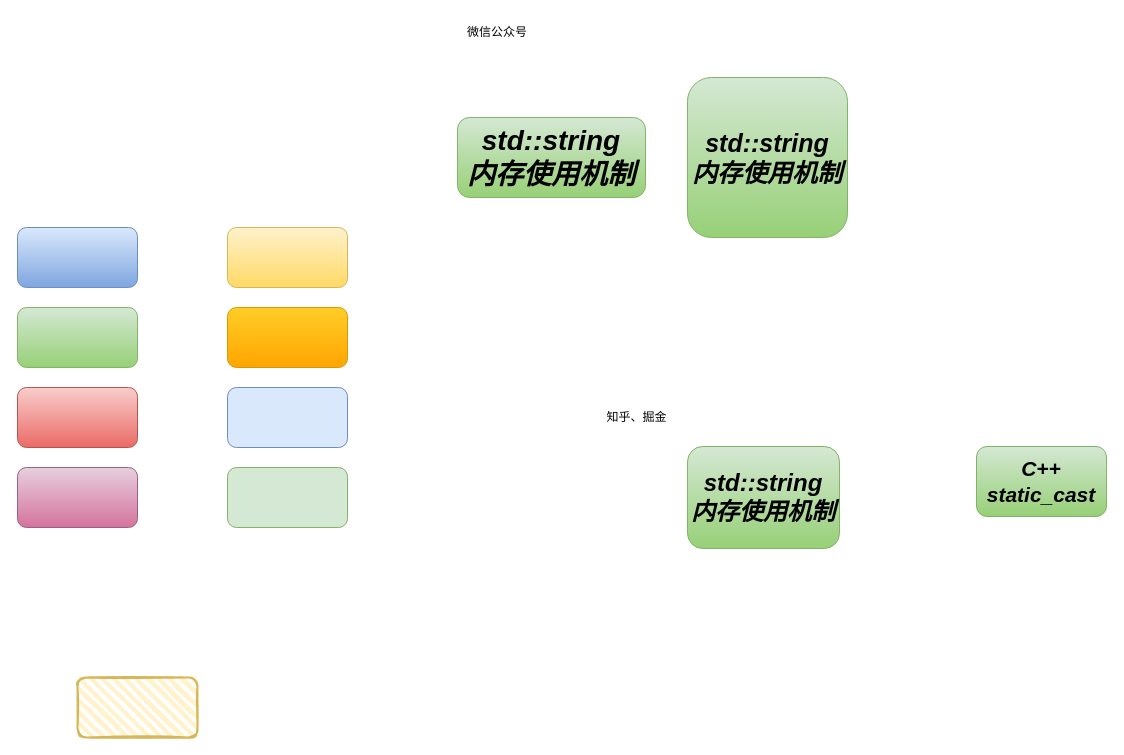
Above: 测试.drawio in wangxiaokun/mypic (draw.io), before the change. Source tidied: cells renumbered, new cells numbered last; positions are measured from the earlier drawing's top-left corner, leaving out a move shared by most shapes. Both pictures are drawn from the tidied source at 100%, with x=0, y=0 at pixel (17, 17).
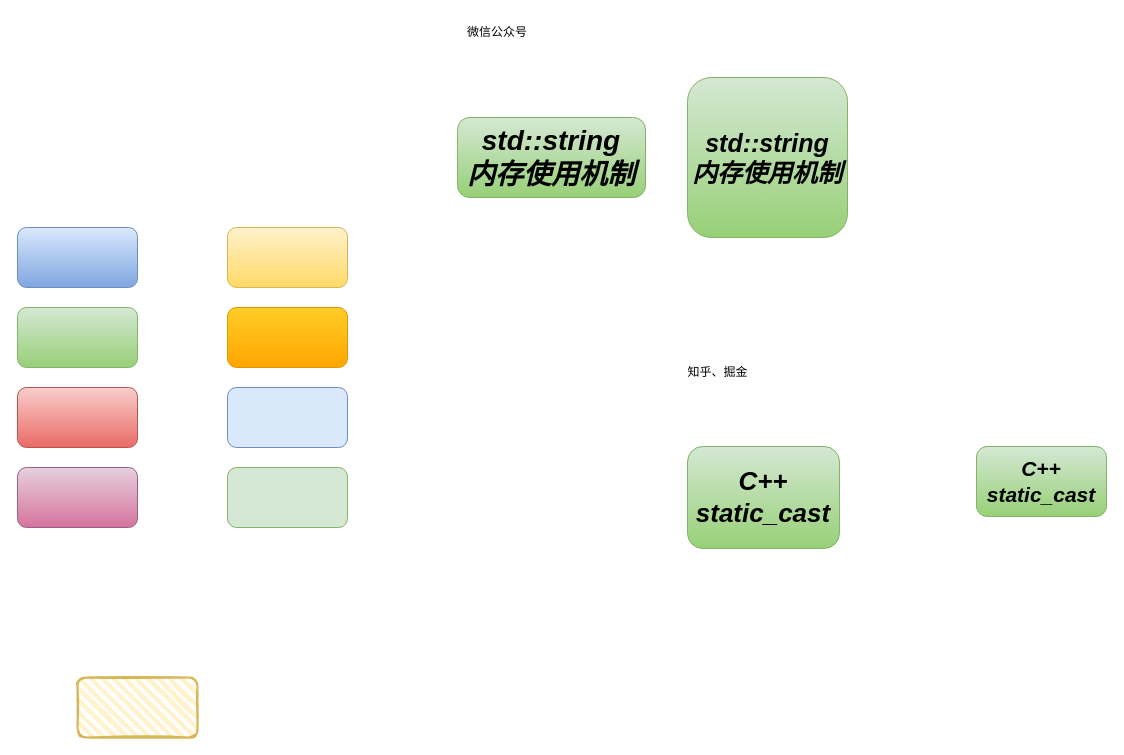
The same page after the edit.

The edit, as a diff of the source:
```diff
@@
 <mxGraphModel>
   <root>
     <mxCell id="0" />
     <mxCell id="1" parent="0" />
     <mxCell id="2" style="rounded=1;whiteSpace=wrap;html=1;fillColor=#dae8fc;gradientColor=#7ea6e0;strokeColor=#6c8ebf;" parent="1" vertex="1">
       <mxGeometry y="210" width="120" height="60" as="geometry" />
     </mxCell>
     <mxCell id="3" style="rounded=1;whiteSpace=wrap;html=1;fillColor=#fff2cc;gradientColor=#ffd966;strokeColor=#d6b656;" parent="1" vertex="1">
       <mxGeometry x="210" y="210" width="120" height="60" as="geometry" />
     </mxCell>
     <mxCell id="4" style="rounded=1;whiteSpace=wrap;html=1;fillColor=#d5e8d4;gradientColor=#97d077;strokeColor=#82b366;" parent="1" vertex="1">
       <mxGeometry y="290" width="120" height="60" as="geometry" />
     </mxCell>
     <mxCell id="5" style="rounded=1;whiteSpace=wrap;html=1;fillColor=#e6d0de;gradientColor=#d5739d;strokeColor=#996185;" parent="1" vertex="1">
       <mxGeometry y="450" width="120" height="60" as="geometry" />
     </mxCell>
     <mxCell id="6" style="rounded=1;whiteSpace=wrap;html=1;fillColor=#f8cecc;gradientColor=#ea6b66;strokeColor=#b85450;" parent="1" vertex="1">
       <mxGeometry y="370" width="120" height="60" as="geometry" />
     </mxCell>
     <mxCell id="7" style="rounded=1;whiteSpace=wrap;html=1;fillColor=#ffcd28;gradientColor=#ffa500;strokeColor=#d79b00;" parent="1" vertex="1">
       <mxGeometry x="210" y="290" width="120" height="60" as="geometry" />
     </mxCell>
     <mxCell id="8" style="rounded=1;whiteSpace=wrap;html=1;fillColor=#dae8fc;strokeColor=#6c8ebf;" parent="1" vertex="1">
       <mxGeometry x="210" y="370" width="120" height="60" as="geometry" />
     </mxCell>
     <mxCell id="9" style="rounded=1;whiteSpace=wrap;html=1;fillColor=#d5e8d4;strokeColor=#82b366;" parent="1" vertex="1">
       <mxGeometry x="210" y="450" width="120" height="60" as="geometry" />
     </mxCell>
     <mxCell id="10" style="rounded=1;whiteSpace=wrap;html=1;strokeWidth=2;fillWeight=4;hachureGap=8;hachureAngle=45;fillColor=#fff2cc;sketch=1;strokeColor=#d6b656;" parent="1" vertex="1">
       <mxGeometry x="60" y="660" width="120" height="60" as="geometry" />
     </mxCell>
     <mxCell id="11" value="std::string&lt;div&gt;内存使用机制&lt;/div&gt;" style="rounded=1;whiteSpace=wrap;html=1;fillColor=#d5e8d4;gradientColor=#97d077;strokeColor=#82b366;fontStyle=3;fontSize=28;" parent="1" vertex="1">
       <mxGeometry x="440" y="100" width="188" height="80" as="geometry" />
     </mxCell>
     <mxCell id="12" value="&lt;i&gt;&lt;b&gt;&lt;font style=&quot;font-size: 25px;&quot;&gt;std::string&lt;/font&gt;&lt;/b&gt;&lt;/i&gt;&lt;div&gt;&lt;i&gt;&lt;b&gt;&lt;font style=&quot;font-size: 25px;&quot;&gt;内存使用机制&lt;/font&gt;&lt;/b&gt;&lt;/i&gt;&lt;/div&gt;" style="rounded=1;whiteSpace=wrap;html=1;fillColor=#d5e8d4;gradientColor=#97d077;strokeColor=#82b366;" parent="1" vertex="1">
       <mxGeometry x="670" y="60" width="160" height="160" as="geometry" />
     </mxCell>
-    <mxCell id="13" value="std::string&lt;div&gt;内存使用机制&lt;/div&gt;" style="rounded=1;whiteSpace=wrap;html=1;fillColor=#d5e8d4;gradientColor=#97d077;strokeColor=#82b366;fontStyle=3;fontSize=24;" parent="1" vertex="1">
+    <mxCell id="13" value="C++&lt;div&gt;static_cast&lt;/div&gt;" style="rounded=1;whiteSpace=wrap;html=1;fillColor=#d5e8d4;gradientColor=#97d077;strokeColor=#82b366;fontStyle=3;fontSize=26;" parent="1" vertex="1">
       <mxGeometry x="670" y="429" width="152" height="102" as="geometry" />
     </mxCell>
     <mxCell id="14" value="微信公众号" style="text;html=1;whiteSpace=wrap;strokeColor=none;fillColor=none;align=center;verticalAlign=middle;rounded=0;" parent="1" vertex="1">
       <mxGeometry x="430" width="100" height="30" as="geometry" />
     </mxCell>
     <mxCell id="15" value="知乎、掘金" style="text;html=1;whiteSpace=wrap;strokeColor=none;fillColor=none;align=center;verticalAlign=middle;rounded=0;" parent="1" vertex="1">
-      <mxGeometry x="569" y="385" width="101" height="30" as="geometry" />
+      <mxGeometry x="650" y="340" width="101" height="30" as="geometry" />
     </mxCell>
     <mxCell id="16" value="C++&lt;br&gt;&lt;div&gt;static_cast&lt;/div&gt;" style="rounded=1;whiteSpace=wrap;html=1;fillColor=#d5e8d4;gradientColor=#97d077;strokeColor=#82b366;fontStyle=3;fontSize=21;" parent="1" vertex="1">
       <mxGeometry x="959" y="429" width="130" height="70" as="geometry" />
     </mxCell>
   </root>
 </mxGraphModel>
```
